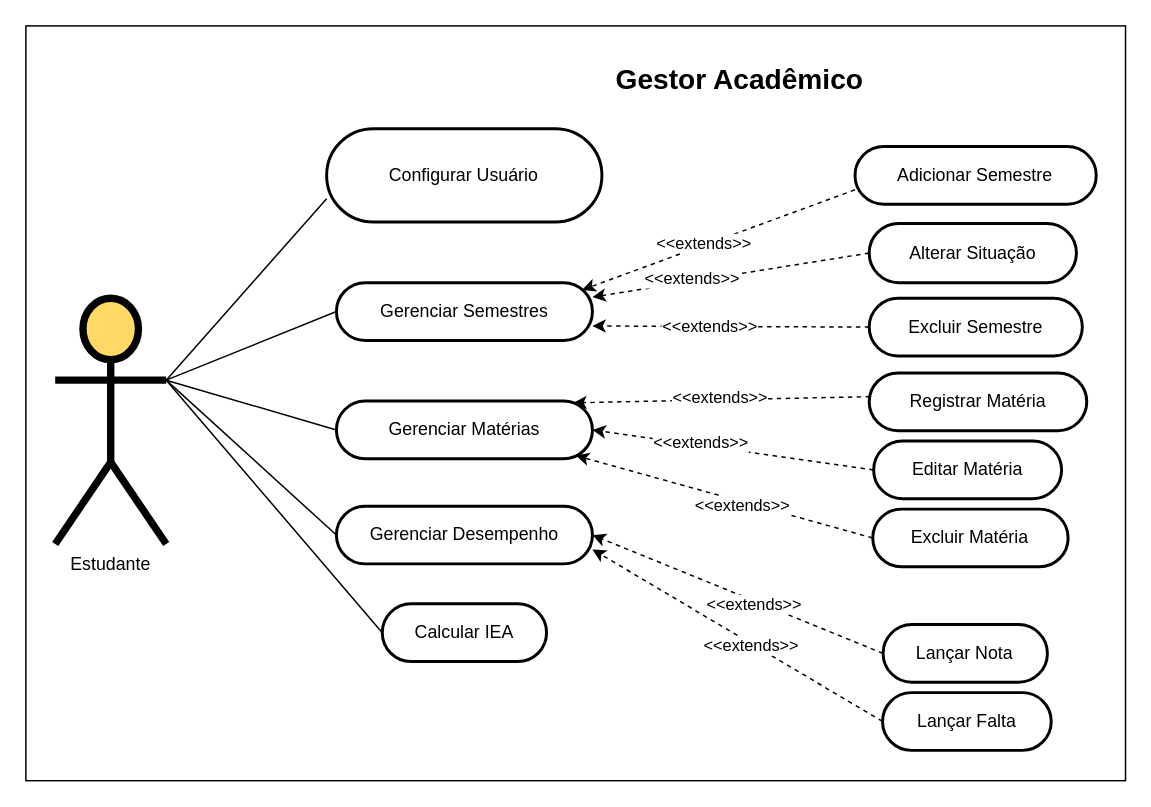
The draw.io diagram docs/Diagrama de Casos de Uso/Diagrama de Casos de Uso.drawio in renancorreia27/Gestor-Academico, before the edit. Source tidied: cells renumbered, new cells numbered last; positions are measured from the earlier drawing's top-left corner, leaving out a move shared by most shapes. Both pictures are drawn from the tidied source at 148%, with x=0, y=0 at pixel (25, 25).
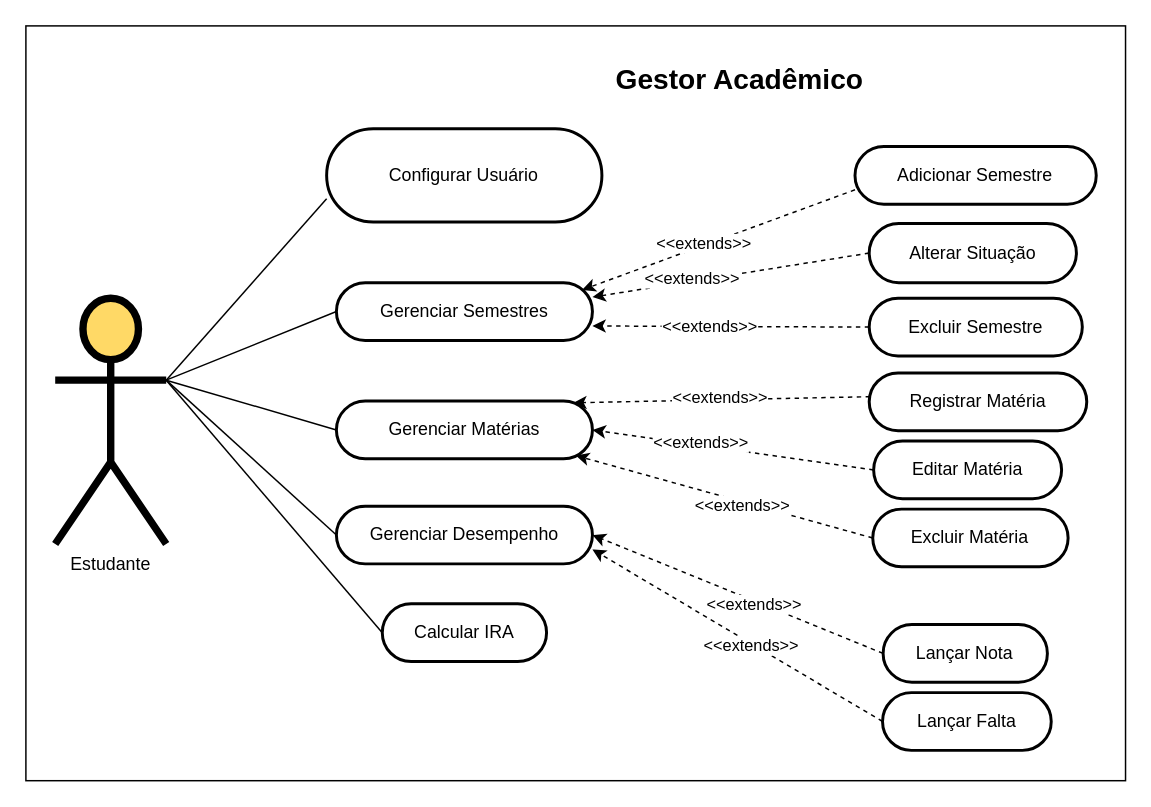
Above is the later version.

Commit message (it also covers changes not shown here):
doc: Atualizado o diagrama de casos de uso

The change refers to these unchanged cells:
```xml
<mxCell id="2" style="group;" parent="1" vertex="1">
  <mxGeometry width="743" height="510" as="geometry" />
</mxCell>
```

Change to the diagram source:
```diff
@@
-    <mxCell id="28" value="Calcular IEA" style="rounded=1;whiteSpace=wrap;arcSize=50;strokeWidth=2;" parent="2" vertex="1">
+    <mxCell id="28" value="Calcular IRA" style="rounded=1;whiteSpace=wrap;arcSize=50;strokeWidth=2;" parent="2" vertex="1">
       <mxGeometry x="240.8" y="390.5" width="111" height="39" as="geometry" />
     </mxCell>
```
